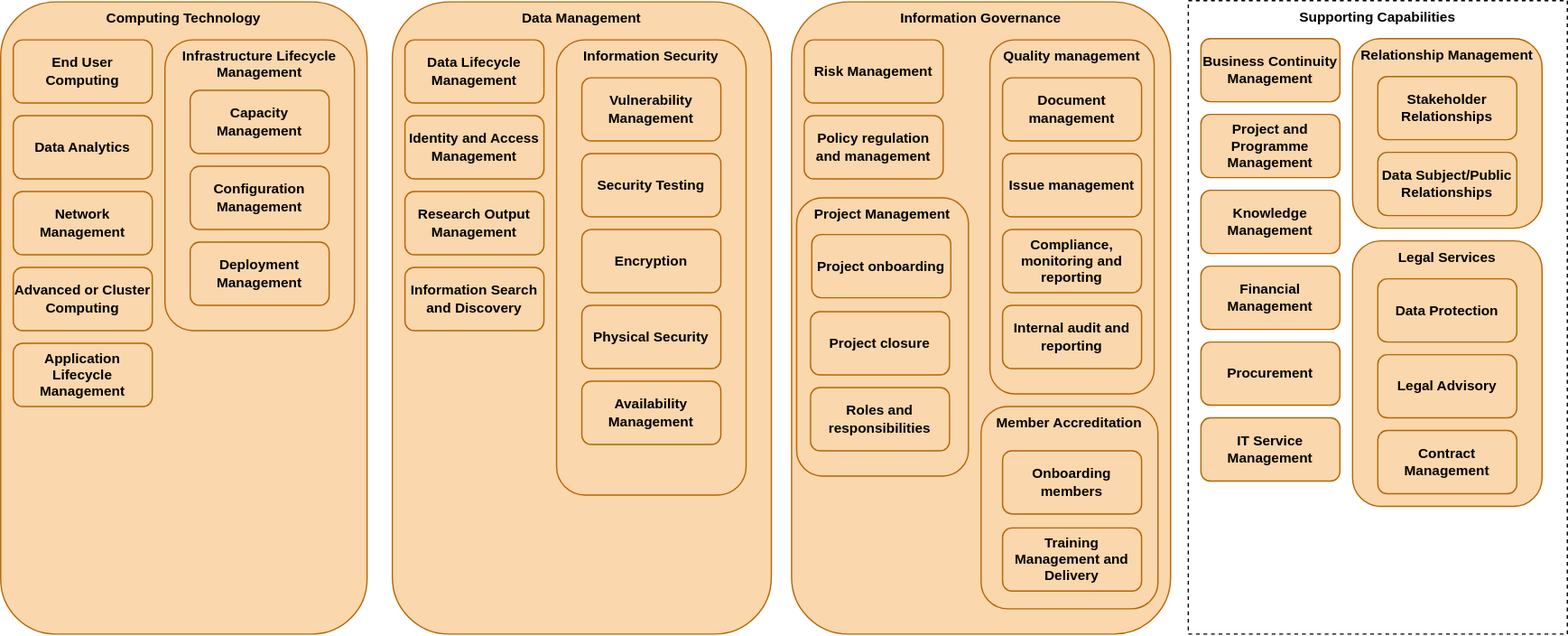
Before: docs/images/Capability_Map/full.drawio.svg, a diagram exported from draw.io (sa-tre/satre-specification). Source tidied: cells renumbered, new cells last; positions are measured from the earlier drawing's top-left corner, leaving out a move shared by most shapes.
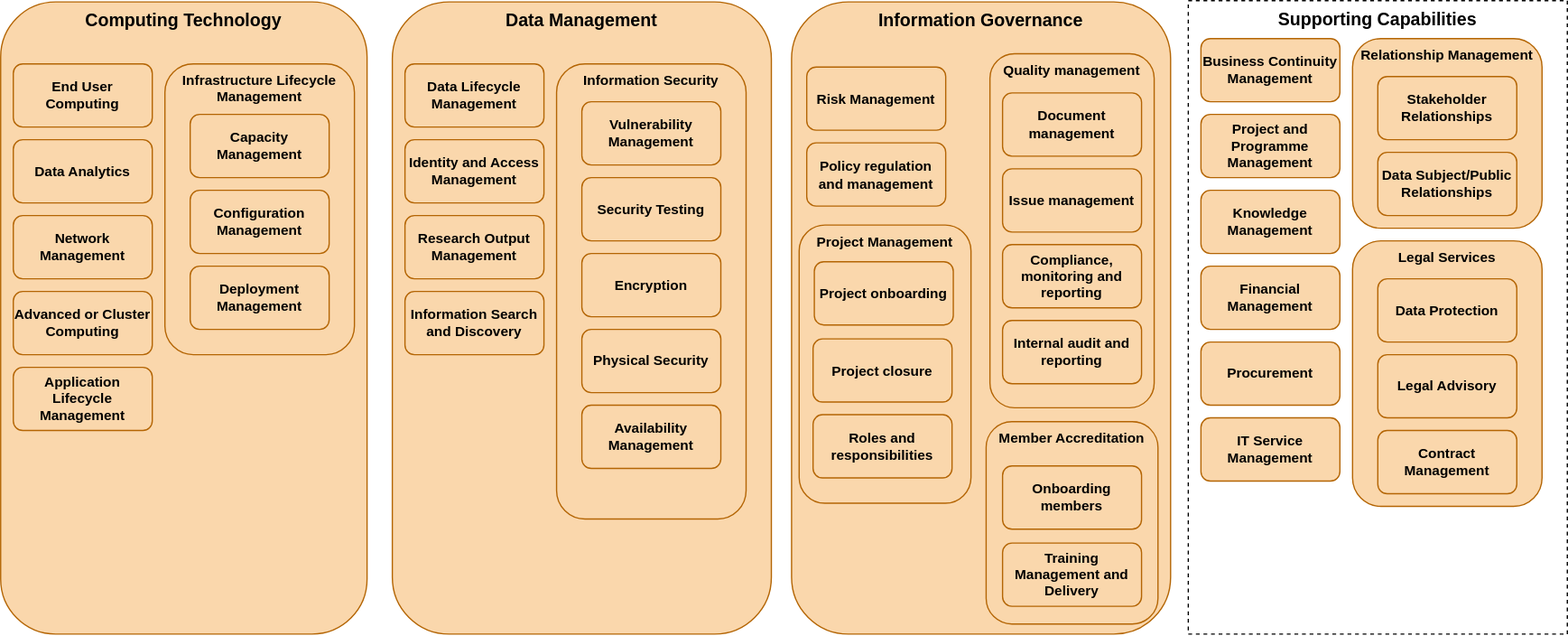
Later version of the same file.

Commit message:
tidy full cap map

Change to the diagram source:
```diff
@@ -2,82 +2,82 @@
   <root>
     <mxCell id="0" />
     <mxCell id="1" parent="0" />
-    <mxCell id="2" value="Information Governance" style="rounded=1;whiteSpace=wrap;html=1;fillColor=#fad7ac;strokeColor=#b46504;verticalAlign=top;fontSize=11;fontStyle=1;" parent="1" vertex="1">
+    <mxCell id="2" value="&lt;font style=&quot;font-size: 14px;&quot;&gt;Information Governance&lt;/font&gt;" style="rounded=1;whiteSpace=wrap;html=1;fillColor=#fad7ac;strokeColor=#b46504;verticalAlign=top;fontSize=11;fontStyle=1;" parent="1" vertex="1">
       <mxGeometry x="626" y="1" width="300" height="500" as="geometry" />
     </mxCell>
-    <mxCell id="3" value="Data Management" style="rounded=1;whiteSpace=wrap;html=1;fillColor=#fad7ac;strokeColor=#b46504;verticalAlign=top;fontSize=11;fontStyle=1;" parent="1" vertex="1">
+    <mxCell id="3" value="&lt;font style=&quot;font-size: 14px;&quot;&gt;Data Management&lt;/font&gt;" style="rounded=1;whiteSpace=wrap;html=1;fillColor=#fad7ac;strokeColor=#b46504;verticalAlign=top;fontSize=11;fontStyle=1;" parent="1" vertex="1">
       <mxGeometry x="310" y="1" width="300" height="500" as="geometry" />
     </mxCell>
     <mxCell id="4" value="Member Accreditation" style="rounded=1;whiteSpace=wrap;html=1;fillColor=#fad7ac;strokeColor=#b46504;verticalAlign=top;fontSize=11;fontStyle=1;" parent="1" vertex="1">
-      <mxGeometry x="776" y="321" width="140" height="160" as="geometry" />
+      <mxGeometry x="780" y="333" width="136" height="160" as="geometry" />
     </mxCell>
     <mxCell id="5" value="Risk Management" style="rounded=1;whiteSpace=wrap;html=1;fillColor=#fad7ac;strokeColor=#b46504;fontSize=11;fontStyle=1;" parent="1" vertex="1">
-      <mxGeometry x="636" y="31" width="110" height="50" as="geometry" />
+      <mxGeometry x="638" y="52.5" width="110" height="50" as="geometry" />
     </mxCell>
     <mxCell id="6" value="Training Management and Delivery" style="rounded=1;whiteSpace=wrap;html=1;fillColor=#fad7ac;strokeColor=#b46504;fontSize=11;fontStyle=1;" parent="1" vertex="1">
-      <mxGeometry x="793" y="417" width="110" height="50" as="geometry" />
+      <mxGeometry x="793" y="429" width="110" height="50" as="geometry" />
     </mxCell>
-    <mxCell id="7" value="Computing Technology" style="rounded=1;whiteSpace=wrap;html=1;fillColor=#fad7ac;strokeColor=#b46504;verticalAlign=top;fontSize=11;fontStyle=1;" parent="1" vertex="1">
+    <mxCell id="7" value="&lt;font style=&quot;font-size: 14px;&quot;&gt;Computing Technology&lt;/font&gt;" style="rounded=1;whiteSpace=wrap;html=1;fillColor=#fad7ac;strokeColor=#b46504;verticalAlign=top;fontSize=11;fontStyle=1;" parent="1" vertex="1">
       <mxGeometry y="1" width="290" height="500" as="geometry" />
     </mxCell>
     <mxCell id="8" value="Infrastructure Lifecycle Management&amp;nbsp;" style="rounded=1;whiteSpace=wrap;html=1;fillColor=#fad7ac;strokeColor=#b46504;verticalAlign=top;fontSize=11;fontStyle=1;" parent="1" vertex="1">
-      <mxGeometry x="130" y="31" width="150" height="230" as="geometry" />
+      <mxGeometry x="130" y="50" width="150" height="230" as="geometry" />
     </mxCell>
     <mxCell id="9" value="Network Management" style="rounded=1;whiteSpace=wrap;html=1;fillColor=#fad7ac;strokeColor=#b46504;fontSize=11;fontStyle=1;" parent="1" vertex="1">
-      <mxGeometry x="10" y="151" width="110" height="50" as="geometry" />
+      <mxGeometry x="10" y="170" width="110" height="50" as="geometry" />
     </mxCell>
     <mxCell id="10" value="Application Lifecycle Management" style="rounded=1;whiteSpace=wrap;html=1;fillColor=#fad7ac;strokeColor=#b46504;fontSize=11;fontStyle=1;" parent="1" vertex="1">
-      <mxGeometry x="10" y="271" width="110" height="50" as="geometry" />
+      <mxGeometry x="10" y="290" width="110" height="50" as="geometry" />
     </mxCell>
     <mxCell id="11" value="Data Analytics" style="rounded=1;whiteSpace=wrap;html=1;fillColor=#fad7ac;strokeColor=#b46504;fontSize=11;fontStyle=1;" parent="1" vertex="1">
-      <mxGeometry x="10" y="91" width="110" height="50" as="geometry" />
+      <mxGeometry x="10" y="110" width="110" height="50" as="geometry" />
     </mxCell>
     <mxCell id="12" value="Advanced or Cluster Computing" style="rounded=1;whiteSpace=wrap;html=1;fillColor=#fad7ac;strokeColor=#b46504;fontSize=11;fontStyle=1;" parent="1" vertex="1">
-      <mxGeometry x="10" y="211" width="110" height="50" as="geometry" />
+      <mxGeometry x="10" y="230" width="110" height="50" as="geometry" />
     </mxCell>
     <mxCell id="13" value="End User Computing" style="rounded=1;whiteSpace=wrap;html=1;fillColor=#fad7ac;strokeColor=#b46504;fontSize=11;fontStyle=1;" parent="1" vertex="1">
-      <mxGeometry x="10" y="31" width="110" height="50" as="geometry" />
+      <mxGeometry x="10" y="50" width="110" height="50" as="geometry" />
     </mxCell>
     <mxCell id="14" value="Capacity Management" style="rounded=1;whiteSpace=wrap;html=1;fillColor=#fad7ac;strokeColor=#b46504;fontSize=11;fontStyle=1;" parent="1" vertex="1">
-      <mxGeometry x="150" y="71" width="110" height="50" as="geometry" />
+      <mxGeometry x="150" y="90" width="110" height="50" as="geometry" />
     </mxCell>
     <mxCell id="15" value="Deployment Management" style="rounded=1;whiteSpace=wrap;html=1;fillColor=#fad7ac;strokeColor=#b46504;fontSize=11;fontStyle=1;" parent="1" vertex="1">
-      <mxGeometry x="150" y="191" width="110" height="50" as="geometry" />
+      <mxGeometry x="150" y="210" width="110" height="50" as="geometry" />
     </mxCell>
     <mxCell id="16" value="Configuration Management" style="rounded=1;whiteSpace=wrap;html=1;fillColor=#fad7ac;strokeColor=#b46504;fontSize=11;fontStyle=1;" parent="1" vertex="1">
-      <mxGeometry x="150" y="131" width="110" height="50" as="geometry" />
+      <mxGeometry x="150" y="150" width="110" height="50" as="geometry" />
     </mxCell>
     <mxCell id="17" value="Research Output Management" style="rounded=1;whiteSpace=wrap;html=1;fillColor=#fad7ac;strokeColor=#b46504;fontSize=11;fontStyle=1;" parent="1" vertex="1">
-      <mxGeometry x="320" y="151" width="110" height="50" as="geometry" />
+      <mxGeometry x="320" y="170" width="110" height="50" as="geometry" />
     </mxCell>
     <mxCell id="18" value="Identity and Access Management" style="rounded=1;whiteSpace=wrap;html=1;fillColor=#fad7ac;strokeColor=#b46504;fontSize=11;fontStyle=1;" parent="1" vertex="1">
-      <mxGeometry x="320" y="91" width="110" height="50" as="geometry" />
+      <mxGeometry x="320" y="110" width="110" height="50" as="geometry" />
     </mxCell>
     <mxCell id="19" value="Data Lifecycle Management" style="rounded=1;whiteSpace=wrap;html=1;fillColor=#fad7ac;strokeColor=#b46504;fontSize=11;fontStyle=1;" parent="1" vertex="1">
-      <mxGeometry x="320" y="31" width="110" height="50" as="geometry" />
+      <mxGeometry x="320" y="50" width="110" height="50" as="geometry" />
     </mxCell>
     <mxCell id="20" value="Information Search and Discovery" style="rounded=1;whiteSpace=wrap;html=1;fillColor=#fad7ac;strokeColor=#b46504;fontSize=11;fontStyle=1;" parent="1" vertex="1">
-      <mxGeometry x="320" y="211" width="110" height="50" as="geometry" />
+      <mxGeometry x="320" y="230" width="110" height="50" as="geometry" />
     </mxCell>
     <mxCell id="21" value="Information Security" style="rounded=1;whiteSpace=wrap;html=1;fillColor=#fad7ac;strokeColor=#b46504;verticalAlign=top;fontSize=11;fontStyle=1;" parent="1" vertex="1">
-      <mxGeometry x="440" y="31" width="150" height="360" as="geometry" />
+      <mxGeometry x="440" y="50" width="150" height="360" as="geometry" />
     </mxCell>
     <mxCell id="22" value="Vulnerability Management" style="rounded=1;whiteSpace=wrap;html=1;fillColor=#fad7ac;strokeColor=#b46504;fontSize=11;fontStyle=1;" parent="1" vertex="1">
-      <mxGeometry x="460" y="61" width="110" height="50" as="geometry" />
+      <mxGeometry x="460" y="80" width="110" height="50" as="geometry" />
     </mxCell>
     <mxCell id="23" value="Security Testing" style="rounded=1;whiteSpace=wrap;html=1;fillColor=#fad7ac;strokeColor=#b46504;fontSize=11;fontStyle=1;" parent="1" vertex="1">
-      <mxGeometry x="460" y="121" width="110" height="50" as="geometry" />
+      <mxGeometry x="460" y="140" width="110" height="50" as="geometry" />
     </mxCell>
     <mxCell id="24" value="Encryption" style="rounded=1;whiteSpace=wrap;html=1;fillColor=#fad7ac;strokeColor=#b46504;fontSize=11;fontStyle=1;" parent="1" vertex="1">
-      <mxGeometry x="460" y="181" width="110" height="50" as="geometry" />
+      <mxGeometry x="460" y="200" width="110" height="50" as="geometry" />
     </mxCell>
     <mxCell id="25" value="Physical Security" style="rounded=1;whiteSpace=wrap;html=1;fillColor=#fad7ac;strokeColor=#b46504;fontSize=11;fontStyle=1;" parent="1" vertex="1">
-      <mxGeometry x="460" y="241" width="110" height="50" as="geometry" />
+      <mxGeometry x="460" y="260" width="110" height="50" as="geometry" />
     </mxCell>
     <mxCell id="26" value="Availability Management" style="rounded=1;whiteSpace=wrap;html=1;fillColor=#fad7ac;strokeColor=#b46504;fontSize=11;fontStyle=1;" parent="1" vertex="1">
-      <mxGeometry x="460" y="301" width="110" height="50" as="geometry" />
+      <mxGeometry x="460" y="320" width="110" height="50" as="geometry" />
     </mxCell>
-    <mxCell id="27" value="Supporting Capabilities" style="rounded=0;whiteSpace=wrap;html=1;verticalAlign=top;dashed=1;fontSize=11;fontStyle=1;" parent="1" vertex="1">
+    <mxCell id="27" value="&lt;font style=&quot;font-size: 14px;&quot;&gt;Supporting Capabilities&lt;/font&gt;" style="rounded=0;whiteSpace=wrap;html=1;verticalAlign=top;dashed=1;fontSize=11;fontStyle=1;" parent="1" vertex="1">
       <mxGeometry x="940" width="300" height="501" as="geometry" />
     </mxCell>
     <mxCell id="28" value="Knowledge Management" style="rounded=1;whiteSpace=wrap;html=1;fillColor=#fad7ac;strokeColor=#b46504;fontSize=11;fontStyle=1;" parent="1" vertex="1">
@@ -120,37 +120,37 @@
       <mxGeometry x="950" y="330" width="110" height="50" as="geometry" />
     </mxCell>
     <mxCell id="41" value="Policy regulation and management" style="rounded=1;whiteSpace=wrap;html=1;fillColor=#fad7ac;strokeColor=#b46504;fontSize=11;fontStyle=1;" parent="1" vertex="1">
-      <mxGeometry x="636" y="91" width="110" height="50" as="geometry" />
+      <mxGeometry x="638" y="112.5" width="110" height="50" as="geometry" />
     </mxCell>
     <mxCell id="42" value="Quality management" style="rounded=1;whiteSpace=wrap;html=1;fillColor=#fad7ac;strokeColor=#b46504;verticalAlign=top;fontSize=11;fontStyle=1;" parent="1" vertex="1">
-      <mxGeometry x="783" y="31" width="130" height="280" as="geometry" />
+      <mxGeometry x="783" y="42" width="130" height="280" as="geometry" />
     </mxCell>
     <mxCell id="43" value="Document management" style="rounded=1;whiteSpace=wrap;html=1;fillColor=#fad7ac;strokeColor=#b46504;fontSize=11;fontStyle=1;" parent="1" vertex="1">
-      <mxGeometry x="793" y="61" width="110" height="50" as="geometry" />
+      <mxGeometry x="793" y="73" width="110" height="50" as="geometry" />
     </mxCell>
     <mxCell id="44" value="Issue management" style="rounded=1;whiteSpace=wrap;html=1;fillColor=#fad7ac;strokeColor=#b46504;fontSize=11;fontStyle=1;" parent="1" vertex="1">
-      <mxGeometry x="793" y="121" width="110" height="50" as="geometry" />
+      <mxGeometry x="793" y="133" width="110" height="50" as="geometry" />
     </mxCell>
     <mxCell id="45" value="Compliance, monitoring and reporting" style="rounded=1;whiteSpace=wrap;html=1;fillColor=#fad7ac;strokeColor=#b46504;fontSize=11;fontStyle=1;" parent="1" vertex="1">
-      <mxGeometry x="793" y="181" width="110" height="50" as="geometry" />
+      <mxGeometry x="793" y="193" width="110" height="50" as="geometry" />
     </mxCell>
     <mxCell id="46" value="Internal audit and reporting" style="rounded=1;whiteSpace=wrap;html=1;fillColor=#fad7ac;strokeColor=#b46504;fontSize=11;fontStyle=1;" parent="1" vertex="1">
-      <mxGeometry x="793" y="241" width="110" height="50" as="geometry" />
+      <mxGeometry x="793" y="253" width="110" height="50" as="geometry" />
     </mxCell>
     <mxCell id="47" value="Project Management" style="rounded=1;whiteSpace=wrap;html=1;fillColor=#fad7ac;strokeColor=#b46504;verticalAlign=top;fontSize=11;fontStyle=1;" parent="1" vertex="1">
-      <mxGeometry x="630" y="156" width="136" height="220" as="geometry" />
+      <mxGeometry x="632" y="177.5" width="136" height="220" as="geometry" />
     </mxCell>
     <mxCell id="48" value="Project onboarding" style="rounded=1;whiteSpace=wrap;html=1;fillColor=#fad7ac;strokeColor=#b46504;fontSize=11;fontStyle=1;" parent="1" vertex="1">
-      <mxGeometry x="642" y="185" width="110" height="50" as="geometry" />
+      <mxGeometry x="644" y="206.5" width="110" height="50" as="geometry" />
     </mxCell>
     <mxCell id="49" value="Project closure" style="rounded=1;whiteSpace=wrap;html=1;fillColor=#fad7ac;strokeColor=#b46504;fontSize=11;fontStyle=1;" parent="1" vertex="1">
-      <mxGeometry x="641" y="246" width="110" height="50" as="geometry" />
+      <mxGeometry x="643" y="267.5" width="110" height="50" as="geometry" />
     </mxCell>
     <mxCell id="50" value="Roles and responsibilities" style="rounded=1;whiteSpace=wrap;html=1;fillColor=#fad7ac;strokeColor=#b46504;fontSize=11;fontStyle=1;" parent="1" vertex="1">
-      <mxGeometry x="641" y="306" width="110" height="50" as="geometry" />
+      <mxGeometry x="643" y="327.5" width="110" height="50" as="geometry" />
     </mxCell>
     <mxCell id="51" value="Onboarding members" style="rounded=1;whiteSpace=wrap;html=1;fillColor=#fad7ac;strokeColor=#b46504;fontSize=11;fontStyle=1;" parent="1" vertex="1">
-      <mxGeometry x="793" y="356" width="110" height="50" as="geometry" />
+      <mxGeometry x="793" y="368" width="110" height="50" as="geometry" />
     </mxCell>
   </root>
 </mxGraphModel>
```
